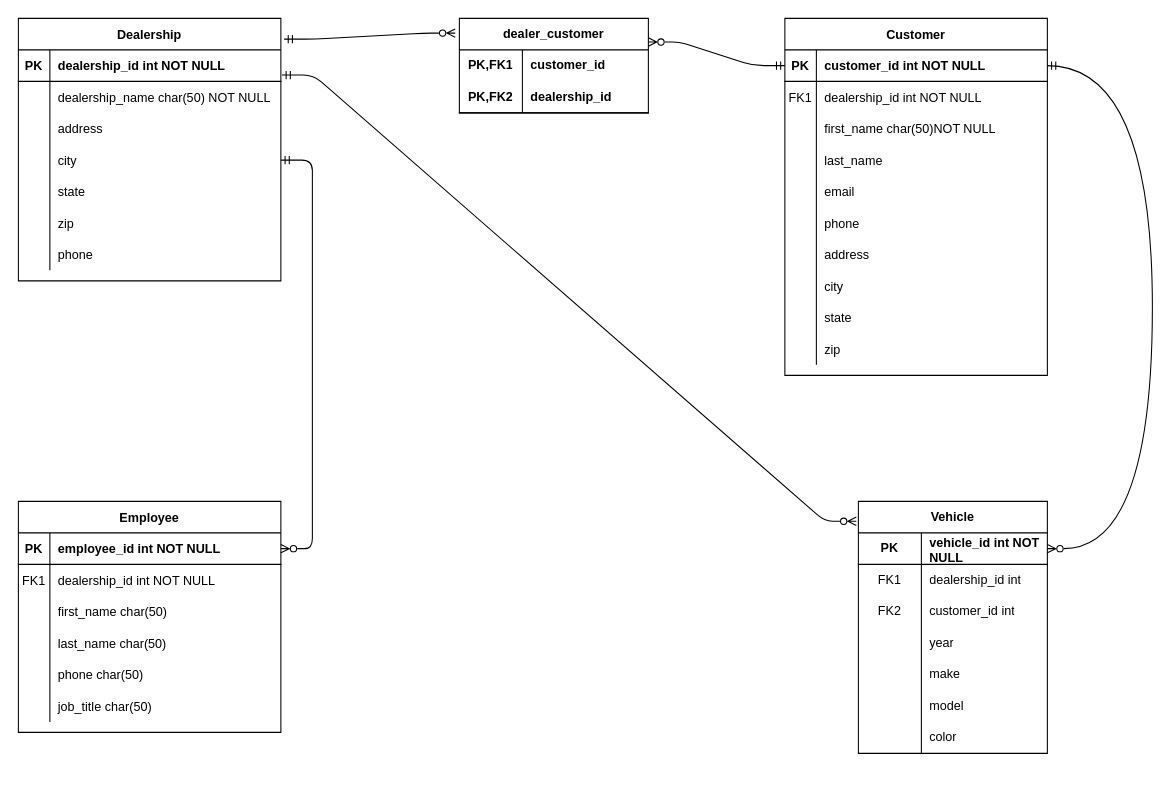
This is AJAO Car Dealership revised 7-17-24 ERD.drawio from SamAjao/Car-Dealership, a draw.io file, before an edit. Source tidied: cells renumbered, new cells numbered last; positions are measured from the earlier drawing's top-left corner, leaving out a move shared by most shapes. Both pictures are drawn from the tidied source at 105%, with x=0, y=0 at pixel (18, 18).
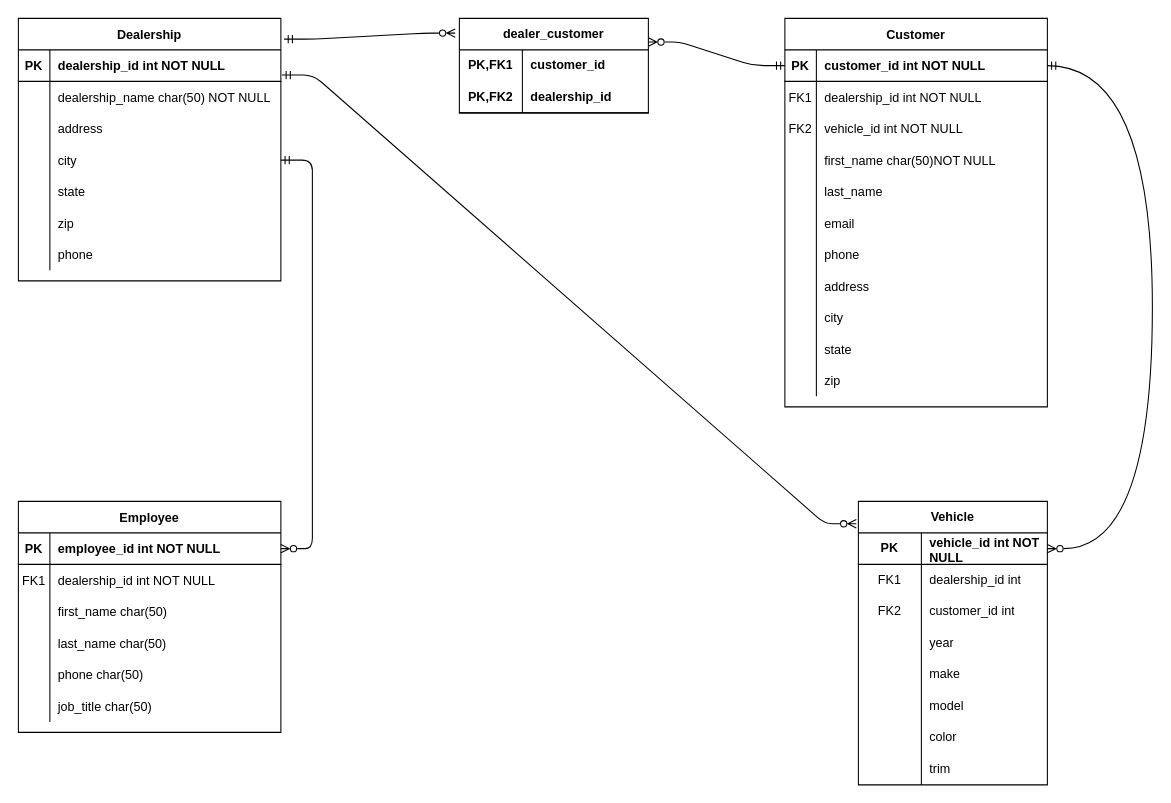
The same page after the edit.

Commit message (it also covers changes not shown here):
created Dealership, Employee, Vehicle, and Customer entities.

Diff of the diagram source:
```diff
@@
     <mxCell id="4" value="Customer" style="shape=table;startSize=30;childLayout=tableLayout;rowLines=0;fontStyle=1;align=center;" parent="1" vertex="1">
-      <mxGeometry x="730" width="250" height="340" as="geometry" />
+      <mxGeometry x="730" width="250" height="370" as="geometry" />
     </mxCell>
@@
+    <mxCell id="108" style="shape=partialRectangle;fillColor=none;top=0;left=0;right=0;bottom=0;" parent="4" vertex="1">
+      <mxGeometry y="90" width="250" height="30" as="geometry" />
+    </mxCell>
+    <mxCell id="109" value="FK2" style="shape=partialRectangle;overflow=hidden;fillColor=none;top=0;left=0;bottom=0;right=0;" parent="108" vertex="1">
+      <mxGeometry width="30" height="30" as="geometry" />
+    </mxCell>
+    <mxCell id="110" value="vehicle_id int NOT NULL" style="shape=partialRectangle;overflow=hidden;fillColor=none;top=0;left=0;bottom=0;right=0;align=left;spacingLeft=6;" parent="108" vertex="1">
+      <mxGeometry x="30" width="220" height="30" as="geometry" />
+    </mxCell>
     <mxCell id="11" style="shape=partialRectangle;fillColor=none;top=0;left=0;right=0;bottom=0;" parent="4" vertex="1">
-      <mxGeometry y="90" width="250" height="30" as="geometry" />
+      <mxGeometry y="120" width="250" height="30" as="geometry" />
     </mxCell>
@@
     <mxCell id="14" style="shape=partialRectangle;fillColor=none;top=0;left=0;right=0;bottom=0;" parent="4" vertex="1">
-      <mxGeometry y="120" width="250" height="30" as="geometry" />
+      <mxGeometry y="150" width="250" height="30" as="geometry" />
     </mxCell>
@@
     <mxCell id="17" style="shape=partialRectangle;fillColor=none;top=0;left=0;right=0;bottom=0;" parent="4" vertex="1">
-      <mxGeometry y="150" width="250" height="30" as="geometry" />
+      <mxGeometry y="180" width="250" height="30" as="geometry" />
     </mxCell>
@@
     <mxCell id="20" style="shape=partialRectangle;fillColor=none;top=0;left=0;right=0;bottom=0;" parent="4" vertex="1">
-      <mxGeometry y="180" width="250" height="30" as="geometry" />
+      <mxGeometry y="210" width="250" height="30" as="geometry" />
     </mxCell>
@@
     <mxCell id="23" style="shape=partialRectangle;fillColor=none;top=0;left=0;right=0;bottom=0;" parent="4" vertex="1">
-      <mxGeometry y="210" width="250" height="30" as="geometry" />
+      <mxGeometry y="240" width="250" height="30" as="geometry" />
     </mxCell>
@@
     <mxCell id="26" style="shape=partialRectangle;fillColor=none;top=0;left=0;right=0;bottom=0;" parent="4" vertex="1">
-      <mxGeometry y="240" width="250" height="30" as="geometry" />
+      <mxGeometry y="270" width="250" height="30" as="geometry" />
     </mxCell>
@@
     <mxCell id="29" style="shape=partialRectangle;fillColor=none;top=0;left=0;right=0;bottom=0;" parent="4" vertex="1">
-      <mxGeometry y="270" width="250" height="30" as="geometry" />
+      <mxGeometry y="300" width="250" height="30" as="geometry" />
     </mxCell>
@@
     <mxCell id="32" style="shape=partialRectangle;fillColor=none;top=0;left=0;right=0;bottom=0;" parent="4" vertex="1">
-      <mxGeometry y="300" width="250" height="30" as="geometry" />
+      <mxGeometry y="330" width="250" height="30" as="geometry" />
     </mxCell>
@@
     <mxCell id="76" value="Vehicle" style="shape=table;startSize=30;childLayout=tableLayout;rowLines=0;fontStyle=1;align=center;html=1;whiteSpace=wrap;" parent="1" vertex="1">
-      <mxGeometry x="800" y="460" width="180" height="240" as="geometry" />
+      <mxGeometry x="800" y="460" width="180" height="270" as="geometry" />
     </mxCell>
@@
+    <mxCell id="111" style="shape=tableRow;horizontal=0;startSize=0;swimlaneHead=0;swimlaneBody=0;fillColor=none;top=0;left=0;right=0;bottom=0;html=1;" parent="76" vertex="1">
+      <mxGeometry y="240" width="180" height="30" as="geometry" />
+    </mxCell>
+    <mxCell id="112" style="shape=partialRectangle;fillColor=none;top=0;left=0;bottom=0;right=0;overflow=hidden;html=1;whiteSpace=wrap;" parent="111" vertex="1">
+      <mxGeometry width="60" height="30" as="geometry" />
+    </mxCell>
+    <mxCell id="113" value="trim" style="shape=partialRectangle;fillColor=none;top=0;left=0;bottom=0;right=0;align=left;spacingLeft=6;overflow=hidden;html=1;whiteSpace=wrap;" parent="111" vertex="1">
+      <mxGeometry x="60" width="120" height="30" as="geometry" />
+    </mxCell>
```
